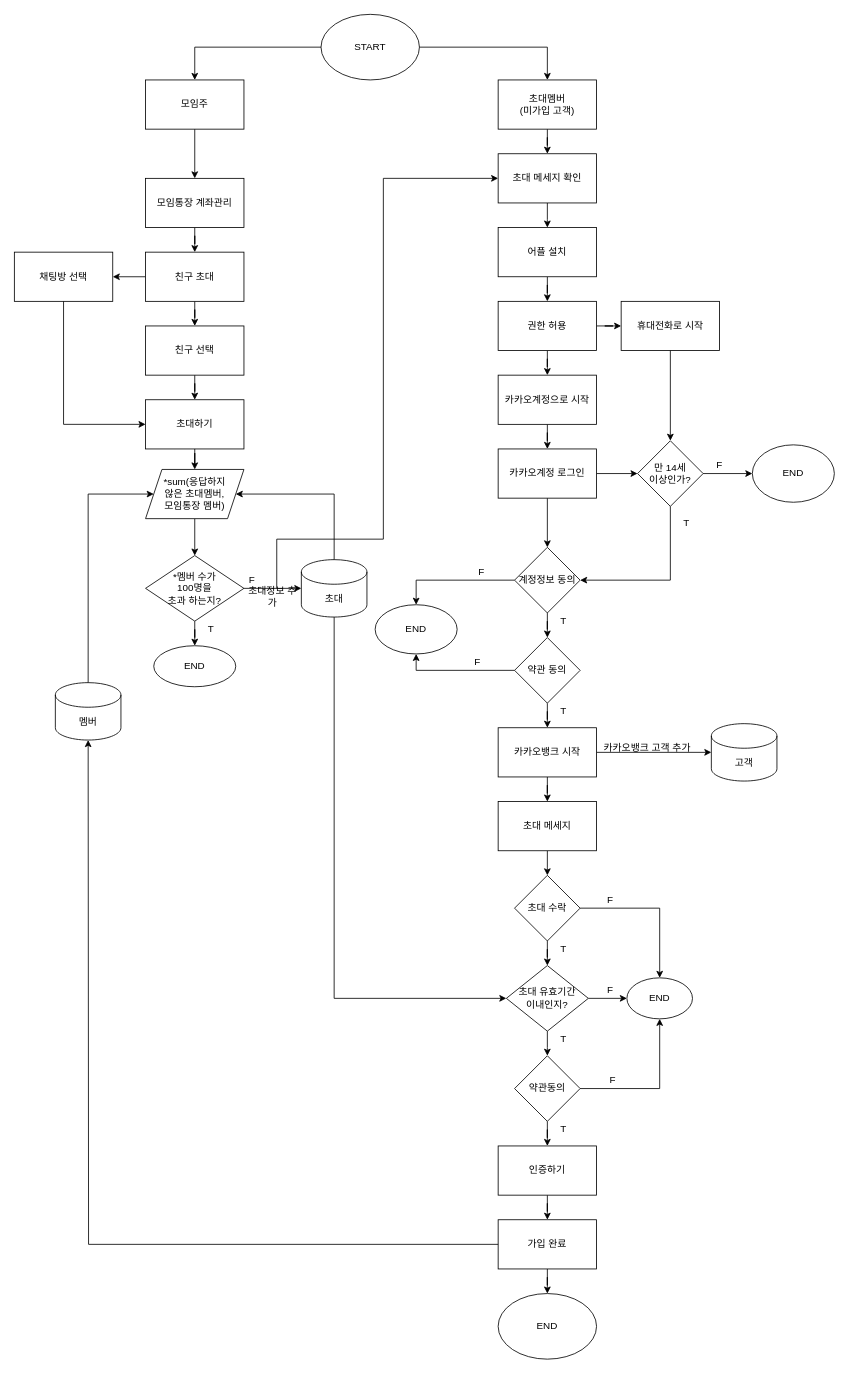
h22j2n/BeakJoon keeps this draw.io diagram as Untitled Diagram_3.drawio. Above is the earlier version. Source tidied: cells renumbered, new cells numbered last; positions are measured from the earlier drawing's top-left corner, leaving out a move shared by most shapes. Both pictures are drawn from the tidied source at 82%, with x=0, y=0 at pixel (14, 14).
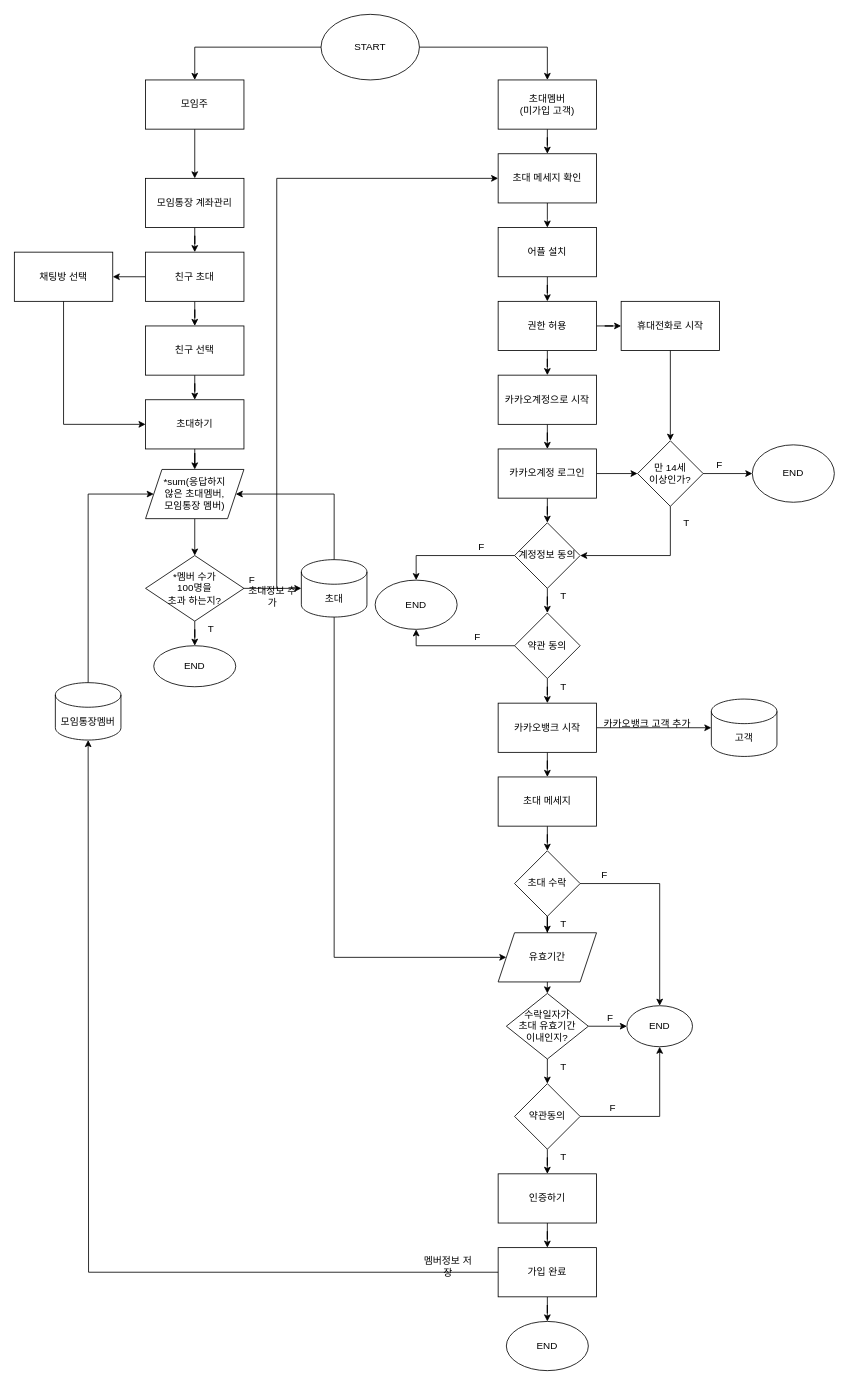
After the change.

Unchanged cells that the change refers to:
```xml
<mxCell id="21" value="초대 메세지 확인" style="rounded=0;whiteSpace=wrap;html=1;" parent="1" vertex="1">
  <mxGeometry x="590" y="170" width="120" height="60" as="geometry" />
</mxCell>
<mxCell id="69" value="초대" style="shape=cylinder3;whiteSpace=wrap;html=1;boundedLbl=1;backgroundOutline=1;size=15;" parent="1" vertex="1">
  <mxGeometry x="350" y="665" width="80" height="70" as="geometry" />
</mxCell>
<mxCell id="74" value="만 14세 &lt;br&gt;이상인가?" style="rhombus;whiteSpace=wrap;html=1;" parent="1" vertex="1">
  <mxGeometry x="760" y="520" width="80" height="80" as="geometry" />
</mxCell>
```

Change to the diagram source:
```diff
@@
     <mxCell id="17" style="edgeStyle=orthogonalEdgeStyle;rounded=0;jettySize=auto;html=1;entryX=0;entryY=0.5;entryDx=0;entryDy=0;" parent="1" edge="1" target="21">
       <mxGeometry relative="1" as="geometry">
         <mxPoint x="320" y="700" as="sourcePoint" />
         <Array as="points">
-          <mxPoint x="320" y="640" />
-          <mxPoint x="450" y="640" />
-          <mxPoint x="450" y="200" />
+          <mxPoint x="320" y="200" />
         </Array>
       </mxGeometry>
     </mxCell>
@@
     <mxCell id="34" style="edgeStyle=orthogonalEdgeStyle;rounded=0;jettySize=auto;html=1;entryX=0.5;entryY=0;entryDx=0;entryDy=0;exitX=0;exitY=0.5;exitDx=0;exitDy=0;" parent="1" edge="1" source="35" target="41">
       <mxGeometry relative="1" as="geometry">
         <Array as="points">
-          <mxPoint x="490" y="690" />
+          <mxPoint x="490" y="660" />
         </Array>
       </mxGeometry>
     </mxCell>
     <mxCell id="35" value="계정정보 동의" style="rhombus;whiteSpace=wrap;html=1;rounded=0;" parent="1" vertex="1">
-      <mxGeometry x="610" y="650" width="80" height="80" as="geometry" />
+      <mxGeometry x="610" y="620" width="80" height="80" as="geometry" />
     </mxCell>
@@
     <mxCell id="37" value="약관 동의" style="rhombus;whiteSpace=wrap;html=1;rounded=0;" parent="1" vertex="1">
-      <mxGeometry x="610" y="760" width="80" height="80" as="geometry" />
+      <mxGeometry x="610" y="730" width="80" height="80" as="geometry" />
     </mxCell>
@@
     <mxCell id="40" value="카카오뱅크 시작" style="whiteSpace=wrap;html=1;rounded=0;" parent="1" vertex="1">
-      <mxGeometry x="590" y="870" width="120" height="60" as="geometry" />
+      <mxGeometry x="590" y="840" width="120" height="60" as="geometry" />
     </mxCell>
     <mxCell id="41" value="END" style="ellipse;whiteSpace=wrap;html=1;rounded=0;" parent="1" vertex="1">
-      <mxGeometry x="440" y="720" width="100" height="60" as="geometry" />
+      <mxGeometry x="440" y="690" width="100" height="60" as="geometry" />
     </mxCell>
     <mxCell id="42" style="endArrow=classic;html=1;exitX=0;exitY=0.5;exitDx=0;exitDy=0;entryX=0.5;entryY=1;entryDx=0;entryDy=0;rounded=0;" parent="1" edge="1" source="37" target="41">
       <mxGeometry relative="1" as="geometry">
         <Array as="points">
-          <mxPoint x="490" y="800" />
+          <mxPoint x="490" y="770" />
         </Array>
       </mxGeometry>
     </mxCell>
     <mxCell id="43" value="F" style="text;html=1;strokeColor=none;fillColor=none;align=center;verticalAlign=middle;whiteSpace=wrap;rounded=0;" parent="1" vertex="1">
-      <mxGeometry x="550" y="670" width="40" height="20" as="geometry" />
+      <mxGeometry x="550" y="640" width="40" height="20" as="geometry" />
     </mxCell>
     <mxCell id="44" value="F" style="text;html=1;strokeColor=none;fillColor=none;align=center;verticalAlign=middle;whiteSpace=wrap;rounded=0;" parent="1" vertex="1">
-      <mxGeometry x="545" y="780" width="40" height="20" as="geometry" />
+      <mxGeometry x="545" y="750" width="40" height="20" as="geometry" />
     </mxCell>
     <mxCell id="45" value="T" style="text;html=1;strokeColor=none;fillColor=none;align=center;verticalAlign=middle;whiteSpace=wrap;rounded=0;" parent="1" vertex="1">
-      <mxGeometry x="650" y="730" width="40" height="20" as="geometry" />
+      <mxGeometry x="650" y="700" width="40" height="20" as="geometry" />
     </mxCell>
     <mxCell id="46" value="T" style="text;html=1;strokeColor=none;fillColor=none;align=center;verticalAlign=middle;whiteSpace=wrap;rounded=0;" parent="1" vertex="1">
-      <mxGeometry x="650" y="840" width="40" height="20" as="geometry" />
+      <mxGeometry x="650" y="810" width="40" height="20" as="geometry" />
     </mxCell>
-    <mxCell id="47" style="edgeStyle=orthogonalEdgeStyle;rounded=0;jettySize=auto;html=1;" parent="1" edge="1" source="49" target="52">
-      <mxGeometry relative="1" as="geometry" />
-    </mxCell>
-    <mxCell id="48" style="edgeStyle=orthogonalEdgeStyle;rounded=0;jettySize=auto;html=1;entryX=0.5;entryY=0;entryDx=0;entryDy=0;" parent="1" edge="1" source="49" target="53">
+    <mxCell id="48" style="edgeStyle=orthogonalEdgeStyle;rounded=0;jettySize=auto;html=1;entryX=0.5;entryY=0;entryDx=0;entryDy=0;exitX=1;exitY=0.5;exitDx=0;exitDy=0;" parent="1" edge="1" source="49" target="53">
       <mxGeometry relative="1" as="geometry">
         <Array as="points">
-          <mxPoint x="787" y="1090" />
+          <mxPoint x="787" y="1060" />
         </Array>
       </mxGeometry>
     </mxCell>
+    <mxCell id="95" style="edgeStyle=orthogonalEdgeStyle;rounded=0;jettySize=auto;html=1;" parent="1" edge="1" source="49" target="96">
+      <mxGeometry relative="1" as="geometry" />
+    </mxCell>
     <mxCell id="49" value="초대 수락" style="rhombus;whiteSpace=wrap;html=1;" parent="1" vertex="1">
-      <mxGeometry x="610" y="1050" width="80" height="80" as="geometry" />
+      <mxGeometry x="610" y="1020" width="80" height="80" as="geometry" />
     </mxCell>
     <mxCell id="50" style="edgeStyle=orthogonalEdgeStyle;rounded=0;jettySize=auto;html=1;entryX=0;entryY=0.5;entryDx=0;entryDy=0;" parent="1" edge="1" source="52" target="53">
       <mxGeometry relative="1" as="geometry">
         <Array as="points">
-          <mxPoint x="740" y="1200" />
-          <mxPoint x="740" y="1200" />
+          <mxPoint x="740" y="1234" />
+          <mxPoint x="740" y="1234" />
         </Array>
       </mxGeometry>
     </mxCell>
     <mxCell id="51" style="edgeStyle=orthogonalEdgeStyle;rounded=0;jettySize=auto;html=1;" parent="1" edge="1" source="52">
       <mxGeometry relative="1" as="geometry">
-        <mxPoint x="650" y="1270" as="targetPoint" />
+        <mxPoint x="650" y="1304" as="targetPoint" />
       </mxGeometry>
     </mxCell>
-    <mxCell id="52" value="초대&amp;nbsp;유효기간&lt;br&gt;이내인지?" style="rhombus;whiteSpace=wrap;html=1;" parent="1" vertex="1">
-      <mxGeometry x="600" y="1160" width="100" height="80" as="geometry" />
+    <mxCell id="52" value="수락일자가&lt;br&gt;초대 유효기간&lt;br&gt;이내인지?" style="rhombus;whiteSpace=wrap;html=1;" parent="1" vertex="1">
+      <mxGeometry x="600" y="1194" width="100" height="80" as="geometry" />
     </mxCell>
     <mxCell id="53" value="END" style="ellipse;whiteSpace=wrap;html=1;" parent="1" vertex="1">
-      <mxGeometry x="747" y="1175" width="80" height="50" as="geometry" />
+      <mxGeometry x="747" y="1209" width="80" height="50" as="geometry" />
     </mxCell>
     <mxCell id="54" value="F" style="text;html=1;strokeColor=none;fillColor=none;align=center;verticalAlign=middle;whiteSpace=wrap;rounded=0;" parent="1" vertex="1">
-      <mxGeometry x="707" y="1070" width="40" height="20" as="geometry" />
+      <mxGeometry x="700" y="1040" width="40" height="20" as="geometry" />
     </mxCell>
     <mxCell id="55" value="T" style="text;html=1;strokeColor=none;fillColor=none;align=center;verticalAlign=middle;whiteSpace=wrap;rounded=0;" parent="1" vertex="1">
-      <mxGeometry x="650" y="1130" width="40" height="20" as="geometry" />
+      <mxGeometry x="650" y="1100" width="40" height="20" as="geometry" />
     </mxCell>
     <mxCell id="56" value="F" style="text;html=1;strokeColor=none;fillColor=none;align=center;verticalAlign=middle;whiteSpace=wrap;rounded=0;" parent="1" vertex="1">
-      <mxGeometry x="707" y="1180" width="40" height="20" as="geometry" />
+      <mxGeometry x="707" y="1214" width="40" height="20" as="geometry" />
     </mxCell>
@@
     <mxCell id="58" value="약관동의" style="rhombus;whiteSpace=wrap;html=1;" parent="1" vertex="1">
-      <mxGeometry x="610" y="1270" width="80" height="80" as="geometry" />
+      <mxGeometry x="610" y="1304" width="80" height="80" as="geometry" />
     </mxCell>
     <mxCell id="59" style="endArrow=classic;html=1;exitX=1;exitY=0.5;exitDx=0;exitDy=0;entryX=0.5;entryY=1;entryDx=0;entryDy=0;rounded=0;" parent="1" edge="1" source="58" target="53">
       <mxGeometry relative="1" as="geometry">
         <Array as="points">
-          <mxPoint x="787" y="1310" />
+          <mxPoint x="787" y="1344" />
         </Array>
       </mxGeometry>
     </mxCell>
     <mxCell id="60" value="T" style="text;html=1;strokeColor=none;fillColor=none;align=center;verticalAlign=middle;whiteSpace=wrap;rounded=0;" parent="1" vertex="1">
-      <mxGeometry x="650" y="1240" width="40" height="20" as="geometry" />
+      <mxGeometry x="650" y="1274" width="40" height="20" as="geometry" />
     </mxCell>
@@
     <mxCell id="62" value="인증하기" style="whiteSpace=wrap;html=1;" parent="1" vertex="1">
-      <mxGeometry x="590" y="1380" width="120" height="60" as="geometry" />
+      <mxGeometry x="590" y="1414" width="120" height="60" as="geometry" />
     </mxCell>
@@
     <mxCell id="64" value="가입 완료" style="whiteSpace=wrap;html=1;" parent="1" vertex="1">
-      <mxGeometry x="590" y="1470" width="120" height="60" as="geometry" />
+      <mxGeometry x="590" y="1504" width="120" height="60" as="geometry" />
     </mxCell>
     <mxCell id="65" value="T" style="text;html=1;strokeColor=none;fillColor=none;align=center;verticalAlign=middle;whiteSpace=wrap;rounded=0;" parent="1" vertex="1">
-      <mxGeometry x="650" y="1350" width="40" height="20" as="geometry" />
+      <mxGeometry x="650" y="1384" width="40" height="20" as="geometry" />
     </mxCell>
     <mxCell id="66" value="F" style="text;html=1;strokeColor=none;fillColor=none;align=center;verticalAlign=middle;whiteSpace=wrap;rounded=0;" parent="1" vertex="1">
-      <mxGeometry x="710" y="1290" width="40" height="20" as="geometry" />
+      <mxGeometry x="710" y="1324" width="40" height="20" as="geometry" />
     </mxCell>
     <mxCell id="67" value="END" style="ellipse;whiteSpace=wrap;html=1;rounded=0;" parent="1" vertex="1">
-      <mxGeometry x="590" y="1560" width="120" height="80" as="geometry" />
+      <mxGeometry x="600" y="1594" width="100" height="60" as="geometry" />
     </mxCell>
-    <mxCell id="68" style="edgeStyle=orthogonalEdgeStyle;rounded=0;jettySize=auto;html=1;exitX=0.5;exitY=1;exitDx=0;exitDy=0;exitPerimeter=0;" parent="1" edge="1" source="69" target="52">
+    <mxCell id="68" style="edgeStyle=orthogonalEdgeStyle;rounded=0;jettySize=auto;html=1;exitX=0.5;exitY=1;exitDx=0;exitDy=0;exitPerimeter=0;entryX=0;entryY=0.5;entryDx=0;entryDy=0;" parent="1" edge="1" source="69" target="96">
       <mxGeometry relative="1" as="geometry">
         <Array as="points">
-          <mxPoint x="390" y="1200" />
+          <mxPoint x="390" y="1150" />
         </Array>
       </mxGeometry>
     </mxCell>
@@
-    <mxCell id="70" style="edgeStyle=orthogonalEdgeStyle;rounded=0;jettySize=auto;html=1;" parent="1" edge="1" source="71">
-      <mxGeometry relative="1" as="geometry">
-        <mxPoint x="650" y="1050" as="targetPoint" />
-      </mxGeometry>
+    <mxCell id="70" style="edgeStyle=orthogonalEdgeStyle;rounded=0;jettySize=auto;html=1;entryX=0.5;entryY=0;entryDx=0;entryDy=0;" parent="1" edge="1" source="71" target="49">
+      <mxGeometry relative="1" as="geometry" />
     </mxCell>
     <mxCell id="71" value="초대 메세지" style="rounded=0;whiteSpace=wrap;html=1;" parent="1" vertex="1">
-      <mxGeometry x="590" y="960" width="120" height="60" as="geometry" />
+      <mxGeometry x="590" y="930" width="120" height="60" as="geometry" />
     </mxCell>
@@
     <mxCell id="76" style="endArrow=classic;html=1;exitX=0.5;exitY=1;exitDx=0;exitDy=0;entryX=1;entryY=0.5;entryDx=0;entryDy=0;rounded=0;" parent="1" edge="1" source="74" target="35">
       <mxGeometry relative="1" as="geometry">
         <Array as="points">
-          <mxPoint x="800" y="690" />
+          <mxPoint x="800" y="660" />
         </Array>
       </mxGeometry>
     </mxCell>
@@
-    <mxCell id="87" value="멤버" style="shape=cylinder3;whiteSpace=wrap;html=1;boundedLbl=1;backgroundOutline=1;size=15;" parent="1" vertex="1">
+    <mxCell id="87" value="모임통장멤버" style="shape=cylinder3;whiteSpace=wrap;html=1;boundedLbl=1;backgroundOutline=1;size=15;" parent="1" vertex="1">
       <mxGeometry x="50" y="815" width="80" height="70" as="geometry" />
     </mxCell>
@@
     <mxCell id="93" value="고객" style="shape=cylinder3;whiteSpace=wrap;html=1;boundedLbl=1;backgroundOutline=1;size=15;" parent="1" vertex="1">
-      <mxGeometry x="850" y="865" width="80" height="70" as="geometry" />
+      <mxGeometry x="850" y="835" width="80" height="70" as="geometry" />
     </mxCell>
     <mxCell id="94" value="카카오뱅크 고객 추가" style="text;html=1;strokeColor=none;fillColor=none;align=center;verticalAlign=middle;whiteSpace=wrap;rounded=0;" parent="1" vertex="1">
-      <mxGeometry x="717" y="885" width="110" height="20" as="geometry" />
+      <mxGeometry x="717" y="855" width="110" height="20" as="geometry" />
     </mxCell>
+    <mxCell id="96" value="유효기간" style="shape=parallelogram;perimeter=parallelogramPerimeter;whiteSpace=wrap;html=1;fixedSize=1;" parent="1" vertex="1">
+      <mxGeometry x="590" y="1120" width="120" height="60" as="geometry" />
+    </mxCell>
+    <mxCell id="97" style="endArrow=classic;html=1;exitX=0.5;exitY=1;exitDx=0;exitDy=0;entryX=0.5;entryY=0;entryDx=0;entryDy=0;rounded=0;" parent="1" edge="1" source="96" target="52">
+      <mxGeometry relative="1" as="geometry" />
+    </mxCell>
+    <mxCell id="98" value="멤버정보 저장" style="text;html=1;strokeColor=none;fillColor=none;align=center;verticalAlign=middle;whiteSpace=wrap;rounded=0;" parent="1" vertex="1">
+      <mxGeometry x="494" y="1517" width="70" height="20" as="geometry" />
+    </mxCell>
```
